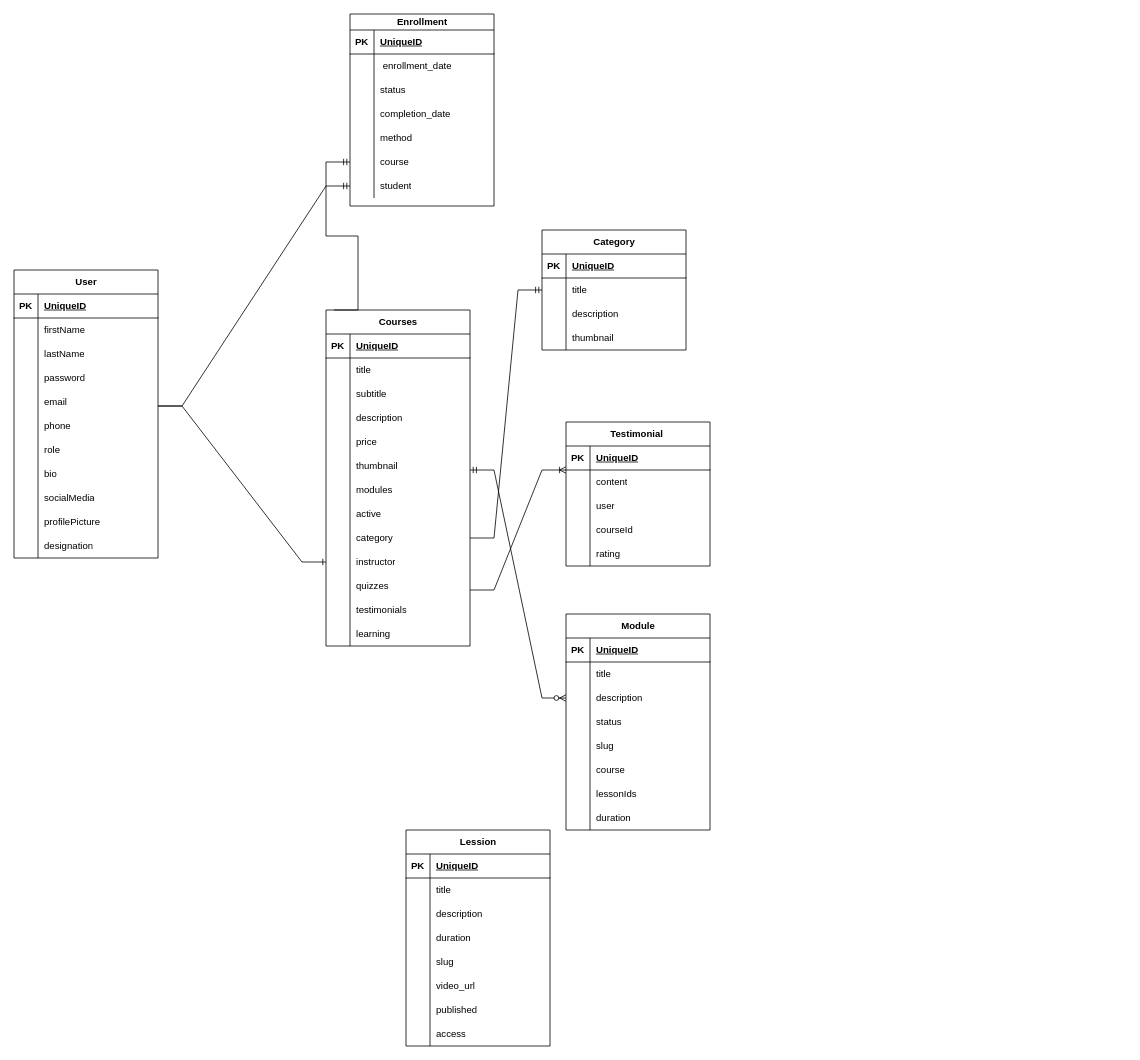
Above: page "Database Design" (2 of 5) of diagrams/EduConnect.drawio in TanzimHossain2/EduConnect (draw.io), before the change. Source tidied: cells renumbered, new cells numbered last; positions are measured from the earlier drawing's top-left corner, leaving out a move shared by most shapes. Both pictures are drawn from the tidied source at 80%, with x=0, y=0 at pixel (-42, 14).
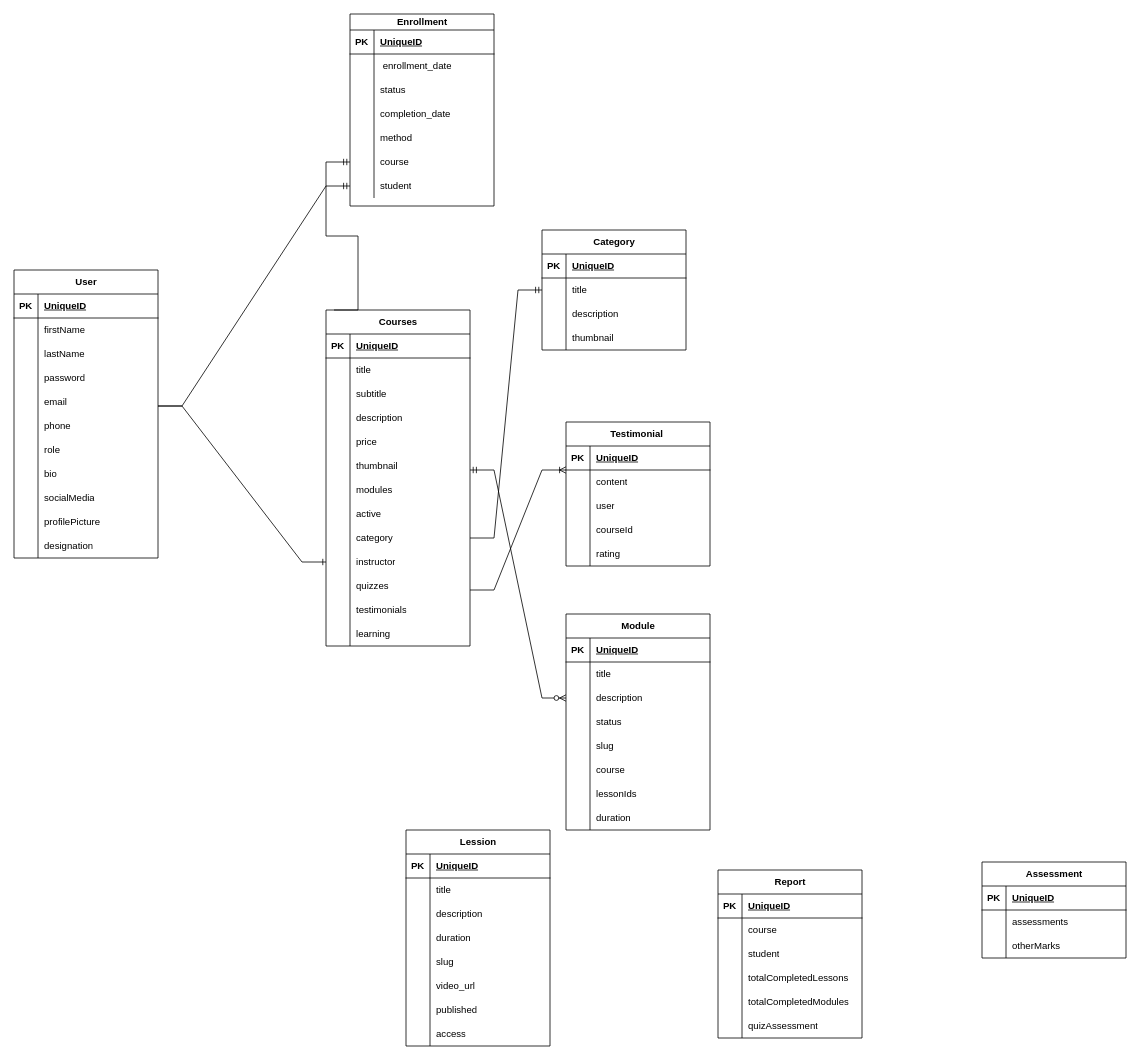
The same page after the edit.

What changed in the source:
```diff
@@
+    <mxCell id="183" value="Report" style="shape=table;startSize=30;childLayout=tableLayout;rowLines=0;fontStyle=1;align=center;html=1;" parent="1" vertex="1">
+      <mxGeometry x="950" y="1070" width="180" height="210" as="geometry" />
+    </mxCell>
+    <mxCell id="184" style="shape=tableRow;horizontal=0;startSize=0;swimlaneHead=0;swimlaneBody=0;fillColor=none;top=0;left=0;right=0;bottom=1;" parent="183" vertex="1">
+      <mxGeometry y="30" width="180" height="30" as="geometry" />
+    </mxCell>
+    <mxCell id="185" value="PK" style="shape=partialRectangle;fillColor=none;top=0;left=0;bottom=0;right=0;fontStyle=1;overflow=hidden;whiteSpace=wrap;html=1;" parent="184" vertex="1">
+      <mxGeometry width="30" height="30" as="geometry" />
+    </mxCell>
+    <mxCell id="186" value="UniqueID" style="shape=partialRectangle;fillColor=none;top=0;left=0;bottom=0;right=0;align=left;spacingLeft=6;fontStyle=5;overflow=hidden;whiteSpace=wrap;html=1;" parent="184" vertex="1">
+      <mxGeometry x="30" width="150" height="30" as="geometry" />
+    </mxCell>
+    <mxCell id="187" style="shape=tableRow;horizontal=0;startSize=0;swimlaneHead=0;swimlaneBody=0;fillColor=none;top=0;left=0;right=0;bottom=0;" parent="183" vertex="1">
+      <mxGeometry y="60" width="180" height="30" as="geometry" />
+    </mxCell>
+    <mxCell id="188" style="shape=partialRectangle;fillColor=none;top=0;left=0;bottom=0;right=0;overflow=hidden;whiteSpace=wrap;html=1;" parent="187" vertex="1">
+      <mxGeometry width="30" height="30" as="geometry" />
+    </mxCell>
+    <mxCell id="189" value="course" style="shape=partialRectangle;fillColor=none;top=0;left=0;bottom=0;right=0;align=left;spacingLeft=6;overflow=hidden;whiteSpace=wrap;html=1;" parent="187" vertex="1">
+      <mxGeometry x="30" width="150" height="30" as="geometry" />
+    </mxCell>
+    <mxCell id="190" style="shape=tableRow;horizontal=0;startSize=0;swimlaneHead=0;swimlaneBody=0;fillColor=none;top=0;left=0;right=0;bottom=0;" parent="183" vertex="1">
+      <mxGeometry y="90" width="180" height="30" as="geometry" />
+    </mxCell>
+    <mxCell id="191" style="shape=partialRectangle;fillColor=none;top=0;left=0;bottom=0;right=0;overflow=hidden;whiteSpace=wrap;html=1;" parent="190" vertex="1">
+      <mxGeometry width="30" height="30" as="geometry" />
+    </mxCell>
+    <mxCell id="192" value="student" style="shape=partialRectangle;fillColor=none;top=0;left=0;bottom=0;right=0;align=left;spacingLeft=6;overflow=hidden;whiteSpace=wrap;html=1;" parent="190" vertex="1">
+      <mxGeometry x="30" width="150" height="30" as="geometry" />
+    </mxCell>
+    <mxCell id="193" style="shape=tableRow;horizontal=0;startSize=0;swimlaneHead=0;swimlaneBody=0;fillColor=none;top=0;left=0;right=0;bottom=0;" parent="183" vertex="1">
+      <mxGeometry y="120" width="180" height="30" as="geometry" />
+    </mxCell>
+    <mxCell id="194" style="shape=partialRectangle;fillColor=none;top=0;left=0;bottom=0;right=0;overflow=hidden;whiteSpace=wrap;html=1;" parent="193" vertex="1">
+      <mxGeometry width="30" height="30" as="geometry" />
+    </mxCell>
+    <mxCell id="195" value="totalCompletedLessons" style="shape=partialRectangle;fillColor=none;top=0;left=0;bottom=0;right=0;align=left;spacingLeft=6;overflow=hidden;whiteSpace=wrap;html=1;" parent="193" vertex="1">
+      <mxGeometry x="30" width="150" height="30" as="geometry" />
+    </mxCell>
+    <mxCell id="196" style="shape=tableRow;horizontal=0;startSize=0;swimlaneHead=0;swimlaneBody=0;fillColor=none;top=0;left=0;right=0;bottom=0;" parent="183" vertex="1">
+      <mxGeometry y="150" width="180" height="30" as="geometry" />
+    </mxCell>
+    <mxCell id="197" style="shape=partialRectangle;fillColor=none;top=0;left=0;bottom=0;right=0;overflow=hidden;whiteSpace=wrap;html=1;" parent="196" vertex="1">
+      <mxGeometry width="30" height="30" as="geometry" />
+    </mxCell>
+    <mxCell id="198" value="totalCompletedModules" style="shape=partialRectangle;fillColor=none;top=0;left=0;bottom=0;right=0;align=left;spacingLeft=6;overflow=hidden;whiteSpace=wrap;html=1;" parent="196" vertex="1">
+      <mxGeometry x="30" width="150" height="30" as="geometry" />
+    </mxCell>
+    <mxCell id="199" style="shape=tableRow;horizontal=0;startSize=0;swimlaneHead=0;swimlaneBody=0;fillColor=none;top=0;left=0;right=0;bottom=0;" parent="183" vertex="1">
+      <mxGeometry y="180" width="180" height="30" as="geometry" />
+    </mxCell>
+    <mxCell id="200" style="shape=partialRectangle;fillColor=none;top=0;left=0;bottom=0;right=0;overflow=hidden;whiteSpace=wrap;html=1;" parent="199" vertex="1">
+      <mxGeometry width="30" height="30" as="geometry" />
+    </mxCell>
+    <mxCell id="201" value="quizAssessment" style="shape=partialRectangle;fillColor=none;top=0;left=0;bottom=0;right=0;align=left;spacingLeft=6;overflow=hidden;whiteSpace=wrap;html=1;" parent="199" vertex="1">
+      <mxGeometry x="30" width="150" height="30" as="geometry" />
+    </mxCell>
+    <mxCell id="202" value="Assessment" style="shape=table;startSize=30;childLayout=tableLayout;rowLines=0;fontStyle=1;align=center;html=1;" parent="1" vertex="1">
+      <mxGeometry x="1280" y="1060" width="180" height="120" as="geometry" />
+    </mxCell>
+    <mxCell id="203" style="shape=tableRow;horizontal=0;startSize=0;swimlaneHead=0;swimlaneBody=0;fillColor=none;top=0;left=0;right=0;bottom=1;" parent="202" vertex="1">
+      <mxGeometry y="30" width="180" height="30" as="geometry" />
+    </mxCell>
+    <mxCell id="204" value="PK" style="shape=partialRectangle;fillColor=none;top=0;left=0;bottom=0;right=0;fontStyle=1;overflow=hidden;whiteSpace=wrap;html=1;" parent="203" vertex="1">
+      <mxGeometry width="30" height="30" as="geometry" />
+    </mxCell>
+    <mxCell id="205" value="UniqueID" style="shape=partialRectangle;fillColor=none;top=0;left=0;bottom=0;right=0;align=left;spacingLeft=6;fontStyle=5;overflow=hidden;whiteSpace=wrap;html=1;" parent="203" vertex="1">
+      <mxGeometry x="30" width="150" height="30" as="geometry" />
+    </mxCell>
+    <mxCell id="206" style="shape=tableRow;horizontal=0;startSize=0;swimlaneHead=0;swimlaneBody=0;fillColor=none;top=0;left=0;right=0;bottom=0;" parent="202" vertex="1">
+      <mxGeometry y="60" width="180" height="30" as="geometry" />
+    </mxCell>
+    <mxCell id="207" style="shape=partialRectangle;fillColor=none;top=0;left=0;bottom=0;right=0;overflow=hidden;whiteSpace=wrap;html=1;" parent="206" vertex="1">
+      <mxGeometry width="30" height="30" as="geometry" />
+    </mxCell>
+    <mxCell id="208" value="assessments" style="shape=partialRectangle;fillColor=none;top=0;left=0;bottom=0;right=0;align=left;spacingLeft=6;overflow=hidden;whiteSpace=wrap;html=1;" parent="206" vertex="1">
+      <mxGeometry x="30" width="150" height="30" as="geometry" />
+    </mxCell>
+    <mxCell id="209" style="shape=tableRow;horizontal=0;startSize=0;swimlaneHead=0;swimlaneBody=0;fillColor=none;top=0;left=0;right=0;bottom=0;" parent="202" vertex="1">
+      <mxGeometry y="90" width="180" height="30" as="geometry" />
+    </mxCell>
+    <mxCell id="210" style="shape=partialRectangle;fillColor=none;top=0;left=0;bottom=0;right=0;overflow=hidden;whiteSpace=wrap;html=1;" parent="209" vertex="1">
+      <mxGeometry width="30" height="30" as="geometry" />
+    </mxCell>
+    <mxCell id="211" value="otherMarks" style="shape=partialRectangle;fillColor=none;top=0;left=0;bottom=0;right=0;align=left;spacingLeft=6;overflow=hidden;whiteSpace=wrap;html=1;" parent="209" vertex="1">
+      <mxGeometry x="30" width="150" height="30" as="geometry" />
+    </mxCell>
```
